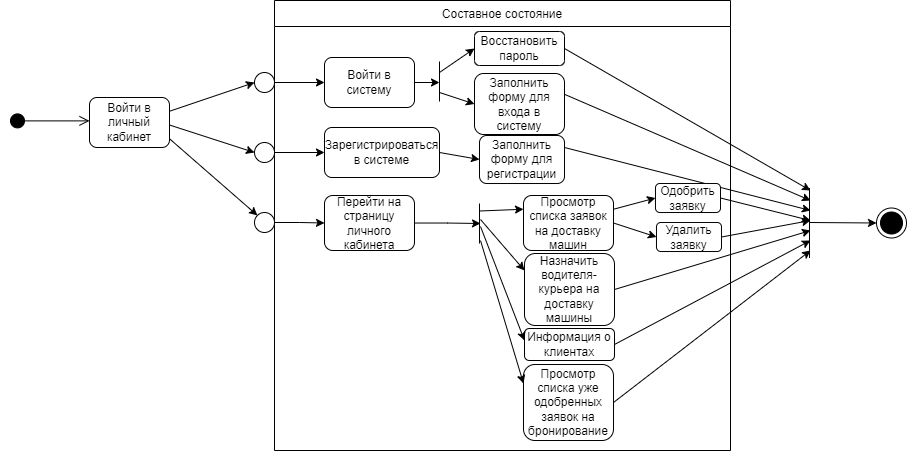
The draw.io diagram Diagrams/Диаграмма состояний (Statechart diagram)/Statechart diagram-Администратор.drawio.png in plnppt/Programming-technologies-project, before a commit. Source tidied: cells renumbered, new cells last; positions are measured from the earlier drawing's top-left corner, leaving out a move shared by most shapes.
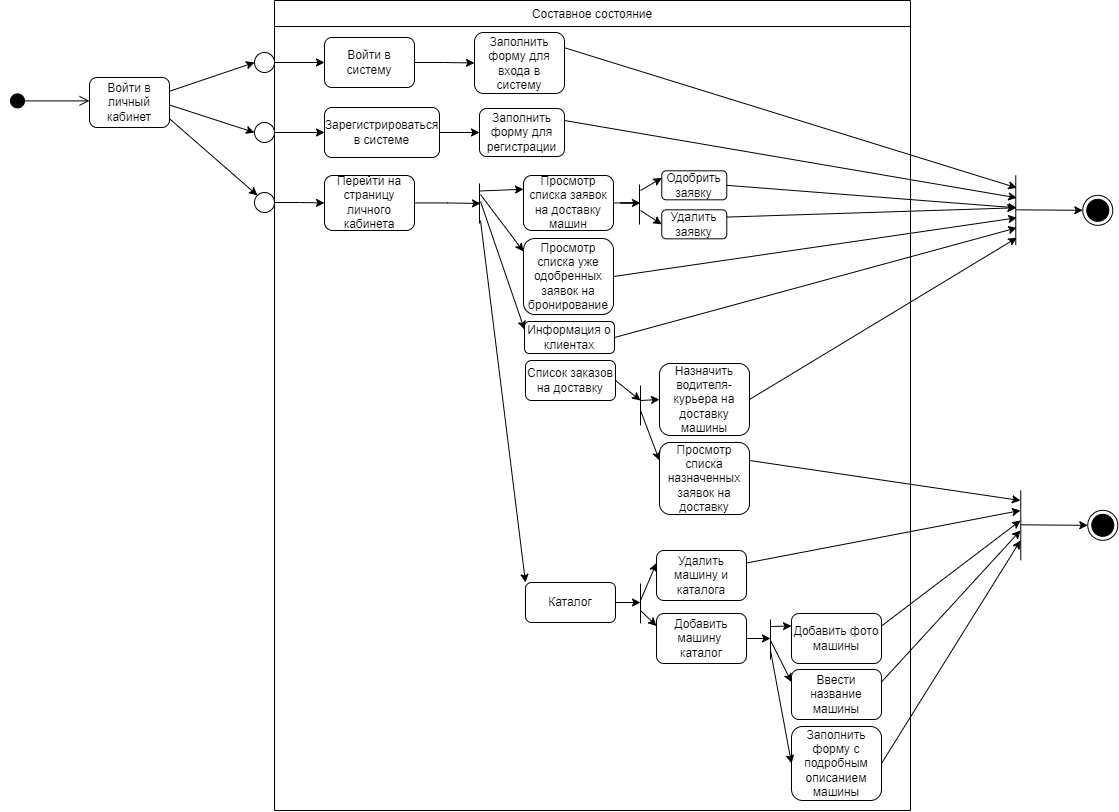
After the change.

What changed in the source:
```diff
@@ -12,20 +12,11 @@
       <mxGeometry x="80" y="97" width="80" height="50" as="geometry" />
     </mxCell>
     <mxCell id="4" value="Составное состояние" style="swimlane;fontStyle=0;horizontal=1;startSize=26;fillColor=none;" parent="1" vertex="1">
-      <mxGeometry x="265" width="456" height="450" as="geometry" />
+      <mxGeometry x="265" y="20" width="636" height="810" as="geometry" />
     </mxCell>
-    <mxCell id="5" style="endArrow=none;html=1;rounded=0;" parent="4" edge="1">
-      <mxGeometry relative="1" as="geometry">
-        <mxPoint x="165" y="101" as="sourcePoint" />
-        <mxPoint x="165" y="61" as="targetPoint" />
-      </mxGeometry>
-    </mxCell>
-    <mxCell id="6" style="endArrow=none;html=1;rounded=0;" parent="4" edge="1">
-      <mxGeometry relative="1" as="geometry">
-        <mxPoint x="326" y="242.5" as="sourcePoint" />
-        <mxPoint x="326" y="202.5" as="targetPoint" />
-      </mxGeometry>
-    </mxCell>
+    <mxCell id="52" style="edgeStyle=orthogonalEdgeStyle;rounded=0;jettySize=auto;html=1;entryX=0;entryY=0.5;entryDx=0;entryDy=0;" parent="1" edge="1" source="7" target="23">
+      <mxGeometry relative="1" as="geometry" />
+    </mxCell>
     <mxCell id="7" value="Войти в систему" style="rounded=1;whiteSpace=wrap;html=1;" parent="1" vertex="1">
       <mxGeometry x="315" y="57" width="90" height="50" as="geometry" />
     </mxCell>
@@ -75,82 +66,53 @@
     </mxCell>
     <mxCell id="20" style="endArrow=none;html=1;rounded=0;" parent="1" edge="1">
       <mxGeometry relative="1" as="geometry">
-        <mxPoint x="800" y="257.5" as="sourcePoint" />
-        <mxPoint x="800" y="187.5" as="targetPoint" />
+        <mxPoint x="1006.3" y="264.8" as="sourcePoint" />
+        <mxPoint x="1006.3" y="194.8" as="targetPoint" />
       </mxGeometry>
     </mxCell>
     <mxCell id="21" style="endArrow=classic;html=1;rounded=0;entryX=0;entryY=0.5;entryDx=0;entryDy=0;" parent="1" edge="1" target="22">
       <mxGeometry relative="1" as="geometry">
-        <mxPoint x="800.1" y="222" as="sourcePoint" />
+        <mxPoint x="1006.4" y="229.3" as="sourcePoint" />
       </mxGeometry>
     </mxCell>
     <mxCell id="22" style="ellipse;html=1;shape=endState;fillColor=#000000;strokeColor=#000000;" parent="1" vertex="1">
-      <mxGeometry x="867" y="207.5" width="30" height="30" as="geometry" />
+      <mxGeometry x="1073.3" y="214.8" width="30" height="30" as="geometry" />
     </mxCell>
     <mxCell id="23" value="Заполнить форму для входа в систему" style="rounded=1;whiteSpace=wrap;html=1;" parent="1" vertex="1">
-      <mxGeometry x="465" y="73" width="90" height="61" as="geometry" />
+      <mxGeometry x="465" y="52" width="90" height="61" as="geometry" />
     </mxCell>
-    <mxCell id="24" value="Восстановить пароль" style="rounded=1;whiteSpace=wrap;html=1;" parent="1" vertex="1">
-      <mxGeometry x="465" y="31" width="90" height="34" as="geometry" />
-    </mxCell>
-    <mxCell id="25" style="endArrow=classic;html=1;rounded=0;entryX=0;entryY=0.5;entryDx=0;entryDy=0;" parent="1" edge="1" target="24">
-      <mxGeometry relative="1" as="geometry">
-        <mxPoint x="430" y="72" as="sourcePoint" />
-      </mxGeometry>
-    </mxCell>
-    <mxCell id="26" style="endArrow=classic;html=1;rounded=0;entryX=0;entryY=0.5;entryDx=0;entryDy=0;" parent="1" edge="1" target="23">
-      <mxGeometry relative="1" as="geometry">
-        <mxPoint x="430" y="92" as="sourcePoint" />
-      </mxGeometry>
-    </mxCell>
-    <mxCell id="27" style="endArrow=classic;html=1;rounded=0;exitX=1;exitY=0.5;exitDx=0;exitDy=0;" parent="1" edge="1" source="7">
-      <mxGeometry relative="1" as="geometry">
-        <mxPoint x="430" y="82" as="targetPoint" />
-      </mxGeometry>
-    </mxCell>
     <mxCell id="28" value="Заполнить форму для регистрации" style="rounded=1;whiteSpace=wrap;html=1;" parent="1" vertex="1">
-      <mxGeometry x="470" y="135" width="85" height="48" as="geometry" />
+      <mxGeometry x="470" y="128" width="85" height="48" as="geometry" />
     </mxCell>
     <mxCell id="29" style="endArrow=classic;html=1;rounded=0;entryX=0;entryY=0.5;entryDx=0;entryDy=0;exitX=1;exitY=0.5;exitDx=0;exitDy=0;" parent="1" edge="1" source="8" target="28">
       <mxGeometry relative="1" as="geometry" />
     </mxCell>
-    <mxCell id="30" style="endArrow=classic;html=1;rounded=0;exitX=1;exitY=0.5;exitDx=0;exitDy=0;" parent="1" edge="1" source="24">
-      <mxGeometry relative="1" as="geometry">
-        <mxPoint x="801" y="190" as="targetPoint" />
-      </mxGeometry>
-    </mxCell>
-    <mxCell id="31" style="endArrow=classic;html=1;rounded=0;exitX=0.997;exitY=0.339;exitDx=0;exitDy=0;exitPerimeter=0;" parent="1" edge="1" source="23">
+    <mxCell id="31" style="endArrow=classic;html=1;rounded=0;exitX=1;exitY=0.25;exitDx=0;exitDy=0;" parent="1" edge="1" source="23">
       <mxGeometry relative="1" as="geometry">
-        <mxPoint x="801" y="200" as="targetPoint" />
+        <mxPoint x="1007.3" y="207.3" as="targetPoint" />
       </mxGeometry>
     </mxCell>
     <mxCell id="32" style="endArrow=classic;html=1;rounded=0;exitX=1;exitY=0.25;exitDx=0;exitDy=0;" parent="1" edge="1" source="28">
       <mxGeometry relative="1" as="geometry">
-        <mxPoint x="801" y="210" as="targetPoint" />
+        <mxPoint x="1007.3" y="217.3" as="targetPoint" />
       </mxGeometry>
     </mxCell>
-    <mxCell id="33" style="edgeStyle=orthogonalEdgeStyle;rounded=0;jettySize=auto;html=1;exitX=1;exitY=0.5;exitDx=0;exitDy=0;" parent="1" edge="1" source="34">
-      <mxGeometry relative="1" as="geometry">
-        <mxPoint x="591" y="222.6" as="targetPoint" />
-      </mxGeometry>
-    </mxCell>
+    <mxCell id="53" style="edgeStyle=orthogonalEdgeStyle;rounded=0;jettySize=auto;html=1;" parent="1" edge="1" source="34">
+      <mxGeometry relative="1" as="geometry">
+        <mxPoint x="631" y="222.5" as="targetPoint" />
+      </mxGeometry>
+    </mxCell>
     <mxCell id="34" value="Просмотр списка заявок на доставку машин" style="rounded=1;whiteSpace=wrap;html=1;" parent="1" vertex="1">
       <mxGeometry x="514" y="195" width="90" height="55" as="geometry" />
     </mxCell>
     <mxCell id="35" value="Одобрить заявку" style="rounded=1;whiteSpace=wrap;html=1;" parent="1" vertex="1">
-      <mxGeometry x="646" y="183" width="65" height="29" as="geometry" />
+      <mxGeometry x="652.3" y="190.3" width="65" height="29" as="geometry" />
     </mxCell>
     <mxCell id="36" value="Удалить заявку" style="rounded=1;whiteSpace=wrap;html=1;" parent="1" vertex="1">
-      <mxGeometry x="647" y="222" width="65" height="29" as="geometry" />
+      <mxGeometry x="652.3" y="229.3" width="65" height="29" as="geometry" />
     </mxCell>
-    <mxCell id="37" style="endArrow=classic;html=1;rounded=0;entryX=0;entryY=0.5;entryDx=0;entryDy=0;exitX=1;exitY=0.25;exitDx=0;exitDy=0;" parent="1" edge="1" source="34" target="35">
-      <mxGeometry relative="1" as="geometry" />
-    </mxCell>
-    <mxCell id="38" style="endArrow=classic;html=1;rounded=0;entryX=0;entryY=0.5;entryDx=0;entryDy=0;exitX=1;exitY=0.5;exitDx=0;exitDy=0;" parent="1" edge="1" source="34" target="36">
-      <mxGeometry relative="1" as="geometry" />
-    </mxCell>
     <mxCell id="39" value="Назначить водителя-курьера на доставку машины" style="rounded=1;whiteSpace=wrap;html=1;" parent="1" vertex="1">
-      <mxGeometry x="515" y="253" width="90" height="72" as="geometry" />
+      <mxGeometry x="650" y="383" width="90" height="72" as="geometry" />
     </mxCell>
     <mxCell id="40" style="endArrow=none;html=1;rounded=0;" parent="1" edge="1">
       <mxGeometry relative="1" as="geometry">
@@ -163,53 +125,199 @@
         <mxPoint x="470" y="210.5" as="sourcePoint" />
       </mxGeometry>
     </mxCell>
-    <mxCell id="42" style="endArrow=classic;html=1;rounded=0;entryX=0;entryY=0.25;entryDx=0;entryDy=0;" parent="1" edge="1">
-      <mxGeometry relative="1" as="geometry">
-        <mxPoint x="471" y="219" as="sourcePoint" />
-        <mxPoint x="515" y="270" as="targetPoint" />
-      </mxGeometry>
-    </mxCell>
     <mxCell id="43" value="Информация о клиентах" style="rounded=1;whiteSpace=wrap;html=1;" parent="1" vertex="1">
-      <mxGeometry x="515" y="328" width="90" height="32" as="geometry" />
+      <mxGeometry x="515" y="341" width="90" height="32" as="geometry" />
     </mxCell>
-    <mxCell id="44" style="endArrow=classic;html=1;rounded=0;entryX=0;entryY=0.5;entryDx=0;entryDy=0;" parent="1" edge="1">
+    <mxCell id="44" style="endArrow=classic;html=1;rounded=0;entryX=0;entryY=0.25;entryDx=0;entryDy=0;" parent="1" edge="1" target="43">
       <mxGeometry relative="1" as="geometry">
-        <mxPoint x="471" y="226" as="sourcePoint" />
-        <mxPoint x="515" y="340" as="targetPoint" />
+        <mxPoint x="471" y="221" as="sourcePoint" />
       </mxGeometry>
     </mxCell>
     <mxCell id="45" value="Просмотр списка уже одобренных заявок на бронирование" style="rounded=1;whiteSpace=wrap;html=1;" parent="1" vertex="1">
-      <mxGeometry x="514" y="364" width="90" height="76" as="geometry" />
+      <mxGeometry x="514" y="258" width="90" height="76" as="geometry" />
     </mxCell>
-    <mxCell id="46" style="endArrow=classic;html=1;rounded=0;entryX=0;entryY=0.25;entryDx=0;entryDy=0;" parent="1" edge="1" target="45">
+    <mxCell id="46" style="endArrow=classic;html=1;rounded=0;entryX=0;entryY=0.25;entryDx=0;entryDy=0;" parent="1" edge="1">
       <mxGeometry relative="1" as="geometry">
-        <mxPoint x="471" y="240" as="sourcePoint" />
+        <mxPoint x="471" y="214" as="sourcePoint" />
+        <mxPoint x="514" y="271" as="targetPoint" />
       </mxGeometry>
     </mxCell>
     <mxCell id="47" style="endArrow=classic;html=1;rounded=0;exitX=1;exitY=0.5;exitDx=0;exitDy=0;" parent="1" edge="1" source="35">
       <mxGeometry relative="1" as="geometry">
-        <mxPoint x="801" y="220" as="targetPoint" />
+        <mxPoint x="1007.3" y="227.3" as="targetPoint" />
       </mxGeometry>
     </mxCell>
-    <mxCell id="48" style="endArrow=classic;html=1;rounded=0;exitX=1;exitY=0.5;exitDx=0;exitDy=0;" parent="1" edge="1" source="36">
+    <mxCell id="48" style="endArrow=classic;html=1;rounded=0;exitX=1;exitY=0.25;exitDx=0;exitDy=0;" parent="1" edge="1" source="36">
       <mxGeometry relative="1" as="geometry">
-        <mxPoint x="801" y="220" as="targetPoint" />
+        <mxPoint x="1006.3" y="227.3" as="targetPoint" />
       </mxGeometry>
     </mxCell>
-    <mxCell id="49" style="endArrow=classic;html=1;rounded=0;exitX=1;exitY=0.5;exitDx=0;exitDy=0;" parent="1" edge="1" source="39">
+    <mxCell id="49" style="endArrow=classic;html=1;rounded=0;exitX=1;exitY=0.5;exitDx=0;exitDy=0;" parent="1" edge="1" source="45">
       <mxGeometry relative="1" as="geometry">
-        <mxPoint x="801" y="230" as="targetPoint" />
+        <mxPoint x="1007.3" y="237.3" as="targetPoint" />
       </mxGeometry>
     </mxCell>
     <mxCell id="50" style="endArrow=classic;html=1;rounded=0;exitX=1;exitY=0.5;exitDx=0;exitDy=0;" parent="1" edge="1" source="43">
       <mxGeometry relative="1" as="geometry">
-        <mxPoint x="801" y="240" as="targetPoint" />
+        <mxPoint x="1007.3" y="247.3" as="targetPoint" />
       </mxGeometry>
     </mxCell>
-    <mxCell id="51" style="endArrow=classic;html=1;rounded=0;exitX=1;exitY=0.5;exitDx=0;exitDy=0;" parent="1" edge="1" source="45">
+    <mxCell id="51" style="endArrow=classic;html=1;rounded=0;exitX=1;exitY=0.5;exitDx=0;exitDy=0;" parent="1" edge="1" source="39">
       <mxGeometry relative="1" as="geometry">
-        <mxPoint x="801" y="250" as="targetPoint" />
+        <mxPoint x="1007.3" y="257.3" as="targetPoint" />
       </mxGeometry>
     </mxCell>
+    <mxCell id="54" style="endArrow=none;html=1;rounded=0;" parent="1" edge="1">
+      <mxGeometry relative="1" as="geometry">
+        <mxPoint x="630" y="244" as="sourcePoint" />
+        <mxPoint x="630" y="204" as="targetPoint" />
+      </mxGeometry>
+    </mxCell>
+    <mxCell id="55" style="endArrow=classic;html=1;rounded=0;entryX=0;entryY=0.25;entryDx=0;entryDy=0;" parent="1" edge="1" target="35">
+      <mxGeometry relative="1" as="geometry">
+        <mxPoint x="631" y="210" as="sourcePoint" />
+      </mxGeometry>
+    </mxCell>
+    <mxCell id="56" style="endArrow=classic;html=1;rounded=0;entryX=0;entryY=0.5;entryDx=0;entryDy=0;" parent="1" edge="1" target="36">
+      <mxGeometry relative="1" as="geometry">
+        <mxPoint x="631" y="230" as="sourcePoint" />
+      </mxGeometry>
+    </mxCell>
+    <mxCell id="57" value="Список заказов на доставку" style="rounded=1;whiteSpace=wrap;html=1;" parent="1" vertex="1">
+      <mxGeometry x="516" y="380" width="90" height="40" as="geometry" />
+    </mxCell>
+    <mxCell id="58" value="Просмотр списка назначенных заявок на доставку" style="rounded=1;whiteSpace=wrap;html=1;" parent="1" vertex="1">
+      <mxGeometry x="650" y="462" width="90" height="72" as="geometry" />
+    </mxCell>
+    <mxCell id="59" style="endArrow=none;html=1;rounded=0;" parent="1" edge="1">
+      <mxGeometry relative="1" as="geometry">
+        <mxPoint x="631" y="445" as="sourcePoint" />
+        <mxPoint x="631" y="405" as="targetPoint" />
+      </mxGeometry>
+    </mxCell>
+    <mxCell id="60" style="endArrow=classic;html=1;rounded=0;exitX=1;exitY=0.5;exitDx=0;exitDy=0;" parent="1" edge="1" source="57">
+      <mxGeometry relative="1" as="geometry">
+        <mxPoint x="631" y="420" as="targetPoint" />
+      </mxGeometry>
+    </mxCell>
+    <mxCell id="61" style="endArrow=classic;html=1;rounded=0;entryX=0;entryY=0.5;entryDx=0;entryDy=0;" parent="1" edge="1" target="39">
+      <mxGeometry relative="1" as="geometry">
+        <mxPoint x="631" y="420" as="sourcePoint" />
+      </mxGeometry>
+    </mxCell>
+    <mxCell id="62" style="endArrow=classic;html=1;rounded=0;entryX=0;entryY=0.25;entryDx=0;entryDy=0;" parent="1" edge="1" target="58">
+      <mxGeometry relative="1" as="geometry">
+        <mxPoint x="631" y="430" as="sourcePoint" />
+      </mxGeometry>
+    </mxCell>
+    <mxCell id="63" style="edgeStyle=orthogonalEdgeStyle;rounded=0;jettySize=auto;html=1;" parent="1" edge="1" source="64">
+      <mxGeometry relative="1" as="geometry">
+        <mxPoint x="631" y="622" as="targetPoint" />
+      </mxGeometry>
+    </mxCell>
+    <mxCell id="64" value="Каталог" style="rounded=1;whiteSpace=wrap;html=1;" parent="1" vertex="1">
+      <mxGeometry x="516" y="602" width="90" height="40" as="geometry" />
+    </mxCell>
+    <mxCell id="65" value="Удалить машину и каталога" style="rounded=1;whiteSpace=wrap;html=1;" parent="1" vertex="1">
+      <mxGeometry x="647" y="570" width="90" height="50" as="geometry" />
+    </mxCell>
+    <mxCell id="66" style="edgeStyle=orthogonalEdgeStyle;rounded=0;jettySize=auto;html=1;" parent="1" edge="1" source="67">
+      <mxGeometry relative="1" as="geometry">
+        <mxPoint x="761" y="658" as="targetPoint" />
+      </mxGeometry>
+    </mxCell>
+    <mxCell id="67" value="Добавить машину&amp;nbsp; каталог" style="rounded=1;whiteSpace=wrap;html=1;" parent="1" vertex="1">
+      <mxGeometry x="647" y="633" width="90" height="50" as="geometry" />
+    </mxCell>
+    <mxCell id="68" value="Добавить фото машины" style="rounded=1;whiteSpace=wrap;html=1;" parent="1" vertex="1">
+      <mxGeometry x="782" y="633" width="90" height="50" as="geometry" />
+    </mxCell>
+    <mxCell id="69" value="Ввести название машины" style="rounded=1;whiteSpace=wrap;html=1;" parent="1" vertex="1">
+      <mxGeometry x="782" y="689" width="90" height="50" as="geometry" />
+    </mxCell>
+    <mxCell id="70" value="Заполнить форму с подробным описанием машины" style="rounded=1;whiteSpace=wrap;html=1;" parent="1" vertex="1">
+      <mxGeometry x="782" y="746" width="90" height="74" as="geometry" />
+    </mxCell>
+    <mxCell id="71" style="endArrow=none;html=1;rounded=0;" parent="1" edge="1">
+      <mxGeometry relative="1" as="geometry">
+        <mxPoint x="631" y="643" as="sourcePoint" />
+        <mxPoint x="631" y="603" as="targetPoint" />
+      </mxGeometry>
+    </mxCell>
+    <mxCell id="72" style="endArrow=classic;html=1;rounded=0;entryX=0;entryY=0.25;entryDx=0;entryDy=0;" parent="1" edge="1" target="65">
+      <mxGeometry relative="1" as="geometry">
+        <mxPoint x="631" y="620" as="sourcePoint" />
+      </mxGeometry>
+    </mxCell>
+    <mxCell id="73" style="endArrow=classic;html=1;rounded=0;entryX=0;entryY=0.25;entryDx=0;entryDy=0;" parent="1" edge="1" target="67">
+      <mxGeometry relative="1" as="geometry">
+        <mxPoint x="631" y="630" as="sourcePoint" />
+      </mxGeometry>
+    </mxCell>
+    <mxCell id="74" style="endArrow=none;html=1;rounded=0;" parent="1" edge="1">
+      <mxGeometry relative="1" as="geometry">
+        <mxPoint x="761" y="679" as="sourcePoint" />
+        <mxPoint x="761" y="639" as="targetPoint" />
+      </mxGeometry>
+    </mxCell>
+    <mxCell id="75" style="endArrow=classic;html=1;rounded=0;entryX=0;entryY=0.25;entryDx=0;entryDy=0;" parent="1" edge="1" target="68">
+      <mxGeometry relative="1" as="geometry">
+        <mxPoint x="761" y="646" as="sourcePoint" />
+      </mxGeometry>
+    </mxCell>
+    <mxCell id="76" style="endArrow=classic;html=1;rounded=0;entryX=0;entryY=0.25;entryDx=0;entryDy=0;" parent="1" edge="1" target="69">
+      <mxGeometry relative="1" as="geometry">
+        <mxPoint x="761" y="660" as="sourcePoint" />
+      </mxGeometry>
+    </mxCell>
+    <mxCell id="77" style="endArrow=classic;html=1;rounded=0;entryX=0;entryY=0.5;entryDx=0;entryDy=0;" parent="1" edge="1" target="70">
+      <mxGeometry relative="1" as="geometry">
+        <mxPoint x="761" y="670" as="sourcePoint" />
+      </mxGeometry>
+    </mxCell>
+    <mxCell id="78" style="endArrow=classic;html=1;rounded=0;entryX=0;entryY=0;entryDx=0;entryDy=0;" parent="1" edge="1" target="64">
+      <mxGeometry relative="1" as="geometry">
+        <mxPoint x="471" y="240" as="sourcePoint" />
+      </mxGeometry>
+    </mxCell>
+    <mxCell id="79" style="endArrow=none;html=1;rounded=0;" parent="1" edge="1">
+      <mxGeometry relative="1" as="geometry">
+        <mxPoint x="1011.3" y="579.8" as="sourcePoint" />
+        <mxPoint x="1011.3" y="509.8" as="targetPoint" />
+      </mxGeometry>
+    </mxCell>
+    <mxCell id="80" style="endArrow=classic;html=1;rounded=0;entryX=0;entryY=0.5;entryDx=0;entryDy=0;" parent="1" edge="1" target="81">
+      <mxGeometry relative="1" as="geometry">
+        <mxPoint x="1011.4" y="544.3" as="sourcePoint" />
+      </mxGeometry>
+    </mxCell>
+    <mxCell id="81" style="ellipse;html=1;shape=endState;fillColor=#000000;strokeColor=#000000;" parent="1" vertex="1">
+      <mxGeometry x="1078.3" y="529.8" width="30" height="30" as="geometry" />
+    </mxCell>
+    <mxCell id="82" style="endArrow=classic;html=1;rounded=0;exitX=1;exitY=0.25;exitDx=0;exitDy=0;" parent="1" edge="1" source="58">
+      <mxGeometry relative="1" as="geometry">
+        <mxPoint x="1011" y="520" as="targetPoint" />
+      </mxGeometry>
+    </mxCell>
+    <mxCell id="83" style="endArrow=classic;html=1;rounded=0;exitX=1;exitY=0.25;exitDx=0;exitDy=0;" parent="1" edge="1" source="65">
+      <mxGeometry relative="1" as="geometry">
+        <mxPoint x="1011" y="530" as="targetPoint" />
+      </mxGeometry>
+    </mxCell>
+    <mxCell id="84" style="endArrow=classic;html=1;rounded=0;exitX=1;exitY=0.25;exitDx=0;exitDy=0;" parent="1" edge="1" source="68">
+      <mxGeometry relative="1" as="geometry">
+        <mxPoint x="1011" y="540" as="targetPoint" />
+      </mxGeometry>
+    </mxCell>
+    <mxCell id="85" style="endArrow=classic;html=1;rounded=0;exitX=1;exitY=0.25;exitDx=0;exitDy=0;" parent="1" edge="1" source="69">
+      <mxGeometry relative="1" as="geometry">
+        <mxPoint x="1011" y="550" as="targetPoint" />
+      </mxGeometry>
+    </mxCell>
+    <mxCell id="86" style="endArrow=classic;html=1;rounded=0;exitX=1;exitY=0.5;exitDx=0;exitDy=0;" parent="1" edge="1" source="70">
+      <mxGeometry relative="1" as="geometry">
+        <mxPoint x="1011" y="560" as="targetPoint" />
+      </mxGeometry>
+    </mxCell>
   </root>
 </mxGraphModel>
```
